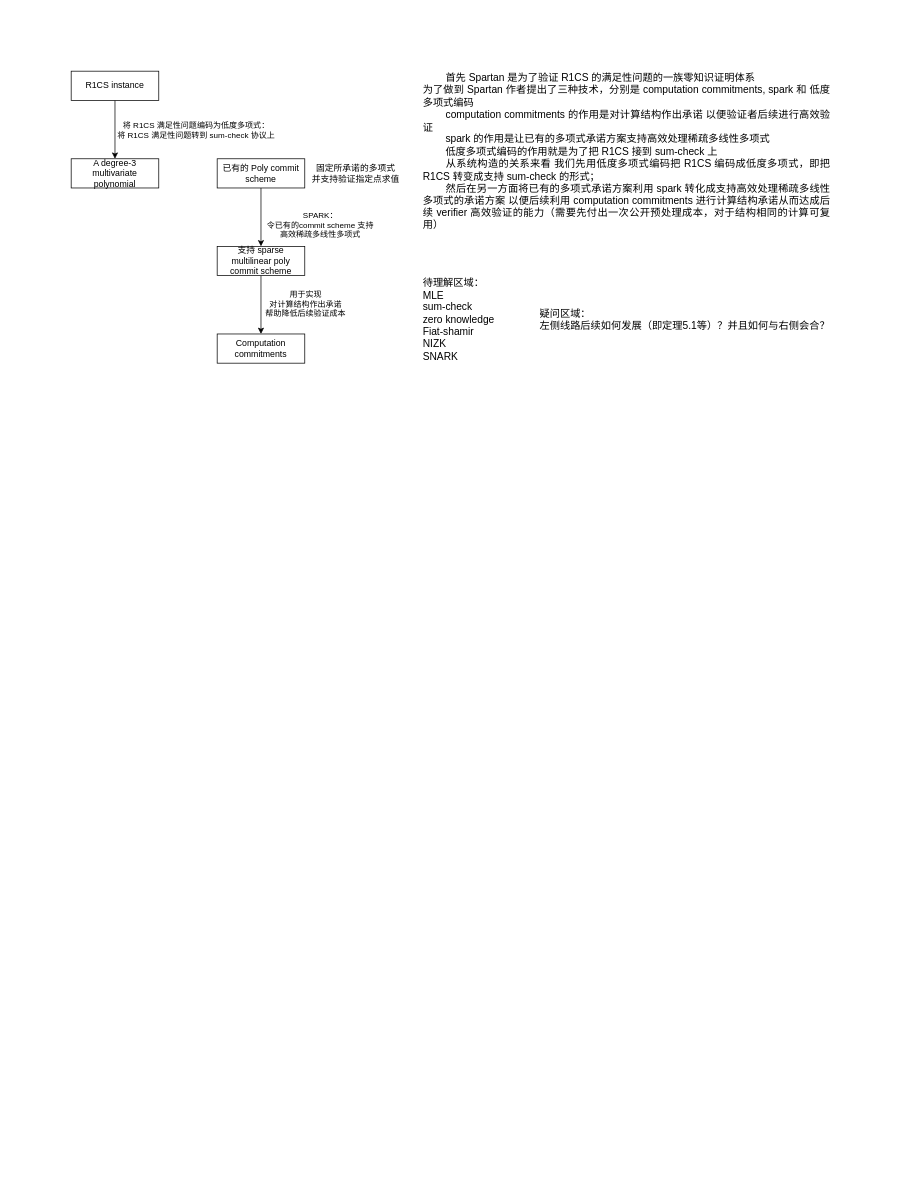
Above: mechanism.drawio in GreatilHailey/Spartan-learning (draw.io), before the change. Source tidied: cells renumbered, new cells numbered last; positions are measured from the earlier drawing's top-left corner, leaving out a move shared by most shapes. Both pictures are drawn from the tidied source at 73%, with x=0, y=0 at pixel (71, 42).
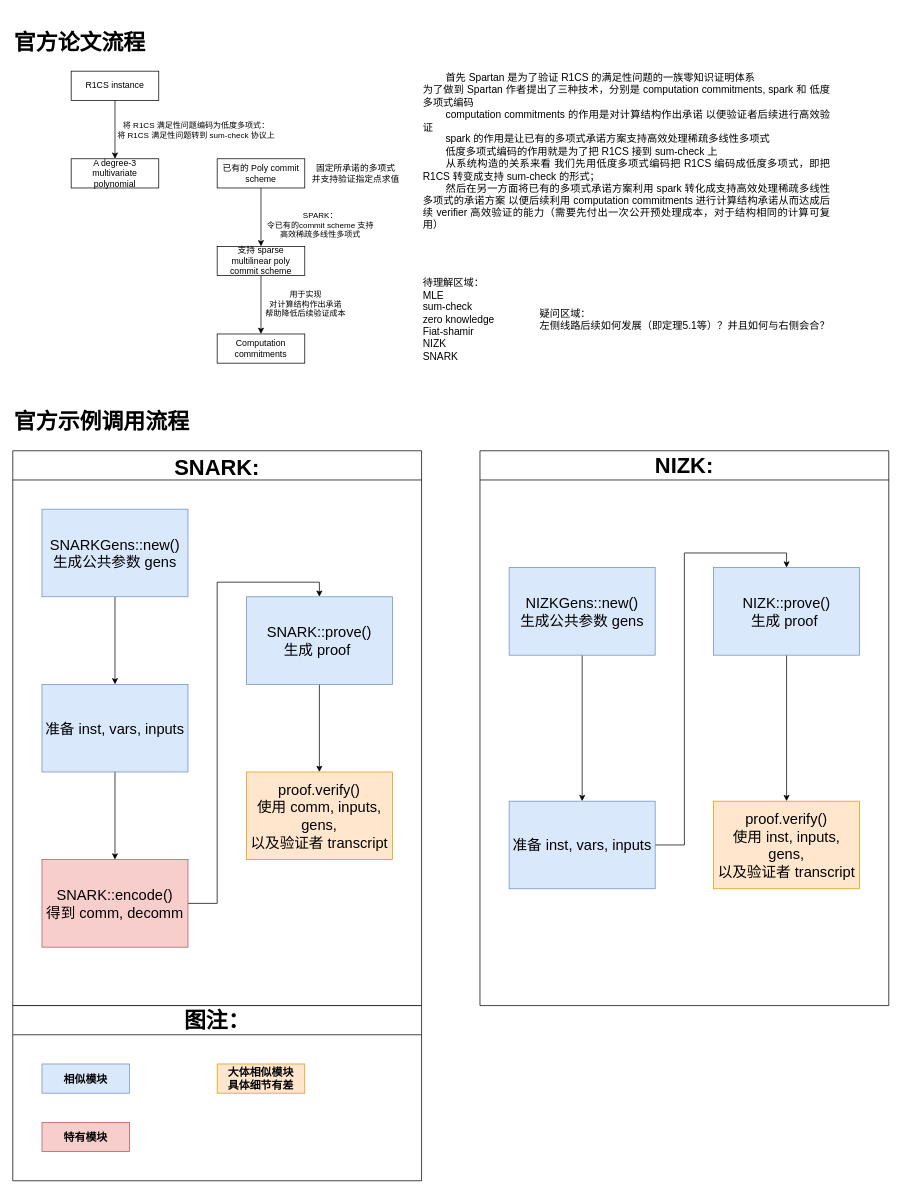
Above is the later version.

Change to the diagram source:
```diff
@@
+    <mxCell id="17" value="&lt;font style=&quot;font-size: 30px;&quot;&gt;&lt;b&gt;官方示例调用流程&lt;/b&gt;&lt;/font&gt;" style="text;html=1;whiteSpace=wrap;strokeColor=none;fillColor=none;align=left;verticalAlign=middle;rounded=0;" parent="1" vertex="1">
+      <mxGeometry x="-80" y="480" width="280" height="80" as="geometry" />
+    </mxCell>
+    <mxCell id="18" value="&lt;b&gt;&lt;font style=&quot;font-size: 30px;&quot;&gt;官方论文流程&lt;/font&gt;&lt;/b&gt;" style="text;html=1;whiteSpace=wrap;strokeColor=none;fillColor=none;align=left;verticalAlign=middle;rounded=0;" parent="1" vertex="1">
+      <mxGeometry x="-80" y="-40" width="280" height="80" as="geometry" />
+    </mxCell>
+    <mxCell id="19" style="edgeStyle=orthogonalEdgeStyle;rounded=0;jettySize=auto;html=1;exitX=0.5;exitY=1;exitDx=0;exitDy=0;entryX=0.5;entryY=0;entryDx=0;entryDy=0;" parent="1" edge="1" source="20" target="22">
+      <mxGeometry relative="1" as="geometry" />
+    </mxCell>
+    <mxCell id="20" value="&lt;font style=&quot;font-size: 20px;&quot;&gt;SNARKGens::new()&lt;br&gt;生成公共参数 gens&lt;/font&gt;" style="rounded=0;whiteSpace=wrap;html=1;fillColor=#dae8fc;strokeColor=#6c8ebf;" parent="1" vertex="1">
+      <mxGeometry x="-40" y="640" width="200" height="120" as="geometry" />
+    </mxCell>
+    <mxCell id="21" style="edgeStyle=orthogonalEdgeStyle;rounded=0;jettySize=auto;html=1;exitX=0.5;exitY=1;exitDx=0;exitDy=0;" parent="1" edge="1" source="22" target="24">
+      <mxGeometry relative="1" as="geometry" />
+    </mxCell>
+    <mxCell id="22" value="&lt;font style=&quot;font-size: 20px;&quot;&gt;准备 inst, vars, inputs&lt;/font&gt;" style="rounded=0;whiteSpace=wrap;html=1;fillColor=#dae8fc;strokeColor=#6c8ebf;" parent="1" vertex="1">
+      <mxGeometry x="-40" y="880" width="200" height="120" as="geometry" />
+    </mxCell>
+    <mxCell id="23" style="edgeStyle=orthogonalEdgeStyle;rounded=0;jettySize=auto;html=1;exitX=1;exitY=0.5;exitDx=0;exitDy=0;entryX=0.5;entryY=0;entryDx=0;entryDy=0;" parent="1" edge="1" source="24" target="26">
+      <mxGeometry relative="1" as="geometry" />
+    </mxCell>
+    <mxCell id="24" value="&lt;font style=&quot;font-size: 20px;&quot;&gt;SNARK::encode()&lt;br&gt;得到 comm, decomm&lt;/font&gt;" style="rounded=0;whiteSpace=wrap;html=1;fillColor=#f8cecc;strokeColor=#b85450;" parent="1" vertex="1">
+      <mxGeometry x="-40" y="1120" width="200" height="120" as="geometry" />
+    </mxCell>
+    <mxCell id="25" style="edgeStyle=orthogonalEdgeStyle;rounded=0;jettySize=auto;html=1;exitX=0.5;exitY=1;exitDx=0;exitDy=0;entryX=0.5;entryY=0;entryDx=0;entryDy=0;" parent="1" edge="1" source="26" target="27">
+      <mxGeometry relative="1" as="geometry" />
+    </mxCell>
+    <mxCell id="26" value="&lt;font style=&quot;font-size: 20px;&quot;&gt;SNARK::prove()&lt;br&gt;生成 proof&amp;nbsp;&lt;/font&gt;" style="rounded=0;whiteSpace=wrap;html=1;fillColor=#dae8fc;strokeColor=#6c8ebf;" parent="1" vertex="1">
+      <mxGeometry x="240" y="760" width="200" height="120" as="geometry" />
+    </mxCell>
+    <mxCell id="27" value="&lt;font style=&quot;font-size: 20px;&quot;&gt;proof.verify()&lt;/font&gt;&lt;div&gt;&lt;font style=&quot;font-size: 20px;&quot;&gt;使用 comm, inputs, gens,&lt;br&gt;以及验证者 transcript&lt;/font&gt;&lt;/div&gt;" style="rounded=0;whiteSpace=wrap;html=1;fillColor=#ffe6cc;strokeColor=#d79b00;" parent="1" vertex="1">
+      <mxGeometry x="240" y="1000" width="200" height="120" as="geometry" />
+    </mxCell>
+    <mxCell id="28" style="edgeStyle=orthogonalEdgeStyle;rounded=0;jettySize=auto;html=1;exitX=0.5;exitY=1;exitDx=0;exitDy=0;entryX=0.5;entryY=0;entryDx=0;entryDy=0;" parent="1" edge="1" source="29" target="31">
+      <mxGeometry relative="1" as="geometry" />
+    </mxCell>
+    <mxCell id="29" value="&lt;font style=&quot;font-size: 20px;&quot;&gt;NIZKGens::new()&lt;br&gt;生成公共参数 gens&lt;/font&gt;" style="rounded=0;whiteSpace=wrap;html=1;fillColor=#dae8fc;strokeColor=#6c8ebf;" parent="1" vertex="1">
+      <mxGeometry x="600" y="720" width="200" height="120" as="geometry" />
+    </mxCell>
+    <mxCell id="30" style="edgeStyle=orthogonalEdgeStyle;rounded=0;jettySize=auto;html=1;exitX=1;exitY=0.5;exitDx=0;exitDy=0;entryX=0.5;entryY=0;entryDx=0;entryDy=0;" parent="1" edge="1" source="31" target="33">
+      <mxGeometry relative="1" as="geometry" />
+    </mxCell>
+    <mxCell id="31" value="&lt;font style=&quot;font-size: 20px;&quot;&gt;准备 inst, vars, inputs&lt;/font&gt;" style="rounded=0;whiteSpace=wrap;html=1;fillColor=#dae8fc;strokeColor=#6c8ebf;" parent="1" vertex="1">
+      <mxGeometry x="600" y="1040" width="200" height="120" as="geometry" />
+    </mxCell>
+    <mxCell id="32" style="edgeStyle=orthogonalEdgeStyle;rounded=0;jettySize=auto;html=1;exitX=0.5;exitY=1;exitDx=0;exitDy=0;entryX=0.5;entryY=0;entryDx=0;entryDy=0;" parent="1" edge="1" source="33" target="34">
+      <mxGeometry relative="1" as="geometry" />
+    </mxCell>
+    <mxCell id="33" value="&lt;font style=&quot;font-size: 20px;&quot;&gt;NIZK::prove()&lt;br&gt;生成 proof&amp;nbsp;&lt;/font&gt;" style="rounded=0;whiteSpace=wrap;html=1;fillColor=#dae8fc;strokeColor=#6c8ebf;" parent="1" vertex="1">
+      <mxGeometry x="880" y="720" width="200" height="120" as="geometry" />
+    </mxCell>
+    <mxCell id="34" value="&lt;font style=&quot;font-size: 20px;&quot;&gt;proof.verify()&lt;br&gt;使用 inst, inputs, gens,&lt;br&gt;以及验证者 transcript&lt;/font&gt;" style="rounded=0;whiteSpace=wrap;html=1;fillColor=#ffe6cc;strokeColor=#d79b00;" parent="1" vertex="1">
+      <mxGeometry x="880" y="1040" width="200" height="120" as="geometry" />
+    </mxCell>
+    <mxCell id="35" value="SNARK:" style="swimlane;startSize=40;fontSize=30;" parent="1" vertex="1">
+      <mxGeometry x="-80" y="560" width="560" height="760" as="geometry" />
+    </mxCell>
+    <mxCell id="36" value="&lt;font style=&quot;font-size: 30px;&quot;&gt;NIZK:&lt;/font&gt;" style="swimlane;whiteSpace=wrap;html=1;startSize=40;" parent="1" vertex="1">
+      <mxGeometry x="560" y="560" width="560" height="760" as="geometry" />
+    </mxCell>
+    <mxCell id="37" value="&lt;font style=&quot;font-size: 30px;&quot;&gt;图注：&lt;/font&gt;" style="swimlane;whiteSpace=wrap;html=1;startSize=40;" parent="1" vertex="1">
+      <mxGeometry x="-80" y="1320" width="560" height="240" as="geometry" />
+    </mxCell>
+    <mxCell id="38" value="&lt;font style=&quot;font-size: 15px;&quot;&gt;&lt;b&gt;相似模块&lt;/b&gt;&lt;/font&gt;" style="rounded=0;whiteSpace=wrap;html=1;fillColor=#dae8fc;strokeColor=#6c8ebf;" parent="37" vertex="1">
+      <mxGeometry x="40" y="80" width="120" height="40" as="geometry" />
+    </mxCell>
+    <mxCell id="39" value="&lt;font style=&quot;font-size: 15px;&quot;&gt;&lt;b&gt;特有模块&lt;/b&gt;&lt;/font&gt;" style="rounded=0;whiteSpace=wrap;html=1;fillColor=#f8cecc;strokeColor=#b85450;" parent="37" vertex="1">
+      <mxGeometry x="40" y="160" width="120" height="40" as="geometry" />
+    </mxCell>
+    <mxCell id="40" value="&lt;font style=&quot;font-size: 15px;&quot;&gt;&lt;b&gt;大体相似模块&lt;br&gt;具体细节有差&lt;/b&gt;&lt;/font&gt;" style="rounded=0;whiteSpace=wrap;html=1;fillColor=#ffe6cc;strokeColor=#d79b00;" parent="37" vertex="1">
+      <mxGeometry x="280" y="80" width="120" height="40" as="geometry" />
+    </mxCell>
```
